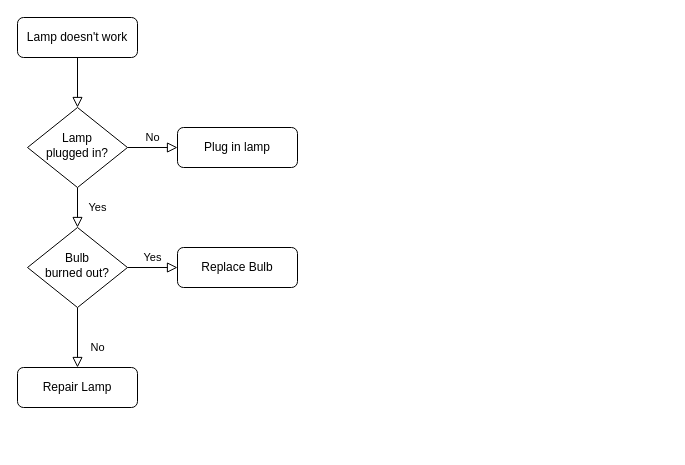
The draw.io diagram monitor-flow.drawio in chenweil/draw, before the edit. Source tidied: cells renumbered, new cells numbered last; positions are measured from the earlier drawing's top-left corner, leaving out a move shared by most shapes. Both pictures are drawn from the tidied source at 100%, with x=0, y=0 at pixel (17, 17).
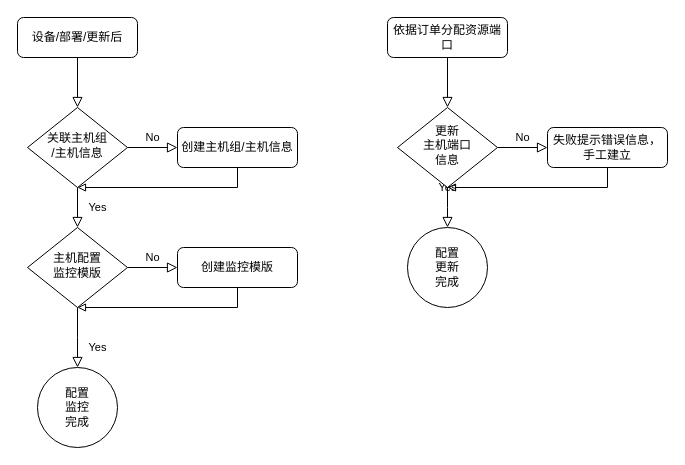
After the change.

Change to the diagram source:
```diff
@@
-    <mxCell id="3" value="Lamp doesn't work" style="rounded=1;whiteSpace=wrap;html=1;fontSize=12;glass=0;strokeWidth=1;shadow=0;" parent="1" vertex="1">
+    <mxCell id="3" value="设备/部署/更新后" style="rounded=1;whiteSpace=wrap;html=1;fontSize=12;glass=0;strokeWidth=1;shadow=0;" parent="1" vertex="1">
       <mxGeometry width="120" height="40" as="geometry" />
     </mxCell>
@@
-    <mxCell id="6" value="Lamp&lt;br&gt;plugged in?" style="rhombus;whiteSpace=wrap;html=1;shadow=0;fontFamily=Helvetica;fontSize=12;align=center;strokeWidth=1;spacing=6;spacingTop=-4;" parent="1" vertex="1">
+    <mxCell id="6" value="关联主机组&lt;br&gt;/主机信息" style="rhombus;whiteSpace=wrap;html=1;shadow=0;fontFamily=Helvetica;fontSize=12;align=center;strokeWidth=1;spacing=6;spacingTop=-4;" parent="1" vertex="1">
       <mxGeometry x="10" y="90" width="100" height="80" as="geometry" />
     </mxCell>
+    <mxCell id="13" style="edgeStyle=orthogonalEdgeStyle;rounded=0;jettySize=auto;html=1;exitX=0.5;exitY=1;exitDx=0;exitDy=0;entryX=0.5;entryY=1;entryDx=0;entryDy=0;endArrow=block;endFill=0;" parent="1" edge="1" source="7" target="6">
+      <mxGeometry relative="1" as="geometry">
+        <Array as="points">
+          <mxPoint x="220" y="170" />
+        </Array>
+      </mxGeometry>
+    </mxCell>
-    <mxCell id="7" value="Plug in lamp" style="rounded=1;whiteSpace=wrap;html=1;fontSize=12;glass=0;strokeWidth=1;shadow=0;" parent="1" vertex="1">
+    <mxCell id="7" value="创建主机组/主机信息" style="rounded=1;whiteSpace=wrap;html=1;fontSize=12;glass=0;strokeWidth=1;shadow=0;" parent="1" vertex="1">
       <mxGeometry x="160" y="110" width="120" height="40" as="geometry" />
     </mxCell>
-    <mxCell id="8" value="No" style="rounded=0;html=1;jettySize=auto;fontSize=11;endArrow=block;endFill=0;endSize=8;strokeWidth=1;shadow=0;labelBackgroundColor=none;edgeStyle=orthogonalEdgeStyle;" parent="1" edge="1" source="10" target="11">
-      <mxGeometry x="0.33" y="20" relative="1" as="geometry" />
+    <mxCell id="8" value="Yes" style="rounded=0;html=1;jettySize=auto;fontSize=11;endArrow=block;endFill=0;endSize=8;strokeWidth=1;shadow=0;labelBackgroundColor=none;edgeStyle=orthogonalEdgeStyle;" parent="1" edge="1" source="10">
+      <mxGeometry x="0.33" y="20" relative="1" as="geometry">
+        <mxPoint x="60" y="350" as="targetPoint" />
+      </mxGeometry>
     </mxCell>
-    <mxCell id="9" value="Yes" style="edgeStyle=orthogonalEdgeStyle;rounded=0;html=1;jettySize=auto;fontSize=11;endArrow=block;endFill=0;endSize=8;strokeWidth=1;shadow=0;labelBackgroundColor=none;" parent="1" edge="1" source="10" target="12">
+    <mxCell id="9" value="No" style="edgeStyle=orthogonalEdgeStyle;rounded=0;html=1;jettySize=auto;fontSize=11;endArrow=block;endFill=0;endSize=8;strokeWidth=1;shadow=0;labelBackgroundColor=none;" parent="1" edge="1" source="10" target="12">
       <mxGeometry y="10" relative="1" as="geometry" />
     </mxCell>
-    <mxCell id="10" value="Bulb&lt;br&gt;burned out?" style="rhombus;whiteSpace=wrap;html=1;shadow=0;fontFamily=Helvetica;fontSize=12;align=center;strokeWidth=1;spacing=6;spacingTop=-4;" parent="1" vertex="1">
+    <mxCell id="10" value="主机配置&lt;br&gt;监控模版" style="rhombus;whiteSpace=wrap;html=1;shadow=0;fontFamily=Helvetica;fontSize=12;align=center;strokeWidth=1;spacing=6;spacingTop=-4;" parent="1" vertex="1">
       <mxGeometry x="10" y="210" width="100" height="80" as="geometry" />
     </mxCell>
-    <mxCell id="11" value="Repair Lamp" style="rounded=1;whiteSpace=wrap;html=1;fontSize=12;glass=0;strokeWidth=1;shadow=0;" parent="1" vertex="1">
-      <mxGeometry y="350" width="120" height="40" as="geometry" />
-    </mxCell>
+    <mxCell id="14" style="edgeStyle=orthogonalEdgeStyle;rounded=0;jettySize=auto;html=1;exitX=0.5;exitY=1;exitDx=0;exitDy=0;entryX=0.5;entryY=1;entryDx=0;entryDy=0;endArrow=block;endFill=0;" parent="1" edge="1" source="12" target="10">
+      <mxGeometry relative="1" as="geometry">
+        <Array as="points">
+          <mxPoint x="220" y="290" />
+        </Array>
+      </mxGeometry>
+    </mxCell>
-    <mxCell id="12" value="Replace Bulb" style="rounded=1;whiteSpace=wrap;html=1;fontSize=12;glass=0;strokeWidth=1;shadow=0;" parent="1" vertex="1">
+    <mxCell id="12" value="创建监控模版" style="rounded=1;whiteSpace=wrap;html=1;fontSize=12;glass=0;strokeWidth=1;shadow=0;" parent="1" vertex="1">
       <mxGeometry x="160" y="230" width="120" height="40" as="geometry" />
     </mxCell>
+    <mxCell id="15" value="&lt;span&gt;配置&lt;br&gt;监控&lt;br&gt;完成&lt;/span&gt;" style="ellipse;whiteSpace=wrap;html=1;" parent="1" vertex="1">
+      <mxGeometry x="20" y="350" width="80" height="80" as="geometry" />
+    </mxCell>
+    <mxCell id="16" style="rounded=0;html=1;jettySize=auto;fontSize=11;endArrow=block;endFill=0;endSize=8;strokeWidth=1;shadow=0;labelBackgroundColor=none;edgeStyle=orthogonalEdgeStyle;" parent="1" edge="1" source="17" target="20">
+      <mxGeometry relative="1" as="geometry" />
+    </mxCell>
+    <mxCell id="17" value="依据订单分配资源端口" style="rounded=1;whiteSpace=wrap;html=1;fontSize=12;glass=0;strokeWidth=1;shadow=0;" parent="1" vertex="1">
+      <mxGeometry x="370" width="120" height="40" as="geometry" />
+    </mxCell>
+    <mxCell id="18" value="Yes" style="rounded=0;html=1;jettySize=auto;fontSize=11;endArrow=block;endFill=0;endSize=8;strokeWidth=1;shadow=0;labelBackgroundColor=none;edgeStyle=orthogonalEdgeStyle;" parent="1" edge="1" source="20">
+      <mxGeometry y="20" relative="1" as="geometry">
+        <mxPoint x="430" y="210" as="targetPoint" />
+      </mxGeometry>
+    </mxCell>
+    <mxCell id="19" value="No" style="edgeStyle=orthogonalEdgeStyle;rounded=0;html=1;jettySize=auto;fontSize=11;endArrow=block;endFill=0;endSize=8;strokeWidth=1;shadow=0;labelBackgroundColor=none;" parent="1" edge="1" source="20" target="22">
+      <mxGeometry y="10" relative="1" as="geometry" />
+    </mxCell>
+    <mxCell id="20" value="更新&lt;br&gt;主机端口&lt;br&gt;信息" style="rhombus;whiteSpace=wrap;html=1;shadow=0;fontFamily=Helvetica;fontSize=12;align=center;strokeWidth=1;spacing=6;spacingTop=-4;" parent="1" vertex="1">
+      <mxGeometry x="380" y="90" width="100" height="80" as="geometry" />
+    </mxCell>
+    <mxCell id="21" style="edgeStyle=orthogonalEdgeStyle;rounded=0;jettySize=auto;html=1;exitX=0.5;exitY=1;exitDx=0;exitDy=0;entryX=0.5;entryY=1;entryDx=0;entryDy=0;endArrow=block;endFill=0;" parent="1" edge="1" source="22" target="20">
+      <mxGeometry relative="1" as="geometry">
+        <Array as="points">
+          <mxPoint x="590" y="170" />
+        </Array>
+      </mxGeometry>
+    </mxCell>
+    <mxCell id="22" value="失败提示错误信息，手工建立" style="rounded=1;whiteSpace=wrap;html=1;fontSize=12;glass=0;strokeWidth=1;shadow=0;" parent="1" vertex="1">
+      <mxGeometry x="530" y="110" width="120" height="40" as="geometry" />
+    </mxCell>
+    <mxCell id="23" value="&lt;span&gt;配置&lt;br&gt;更新&lt;br&gt;完成&lt;/span&gt;" style="ellipse;whiteSpace=wrap;html=1;" parent="1" vertex="1">
+      <mxGeometry x="390" y="210" width="80" height="80" as="geometry" />
+    </mxCell>
```
